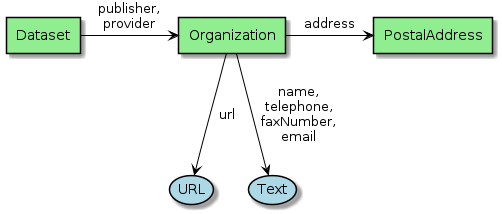
Above: series/diagrams/Organization.png in eovoc/eo-on-schema.org (PlantUML), before the change.
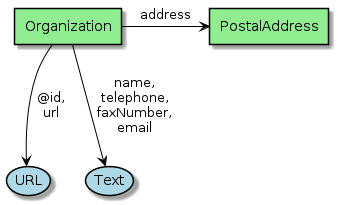
The same diagram one commit later.

The edit, as a diff of the source:
```diff
@@ -14,16 +14,15 @@
 linetype Ortho
 }
 
-agent Dataset
+
 agent Organization
 agent PostalAddress
 
 
 
-Dataset -right-> Organization : "publisher,\nprovider"
 
 Organization -right-> PostalAddress : "address"
 
-Organization -down-> (URL) : "url"
+Organization -down-> (URL) : "@id,\nurl"
 Organization -down-> (Text) : "name,\ntelephone,\nfaxNumber,\nemail"
 @enduml
```
